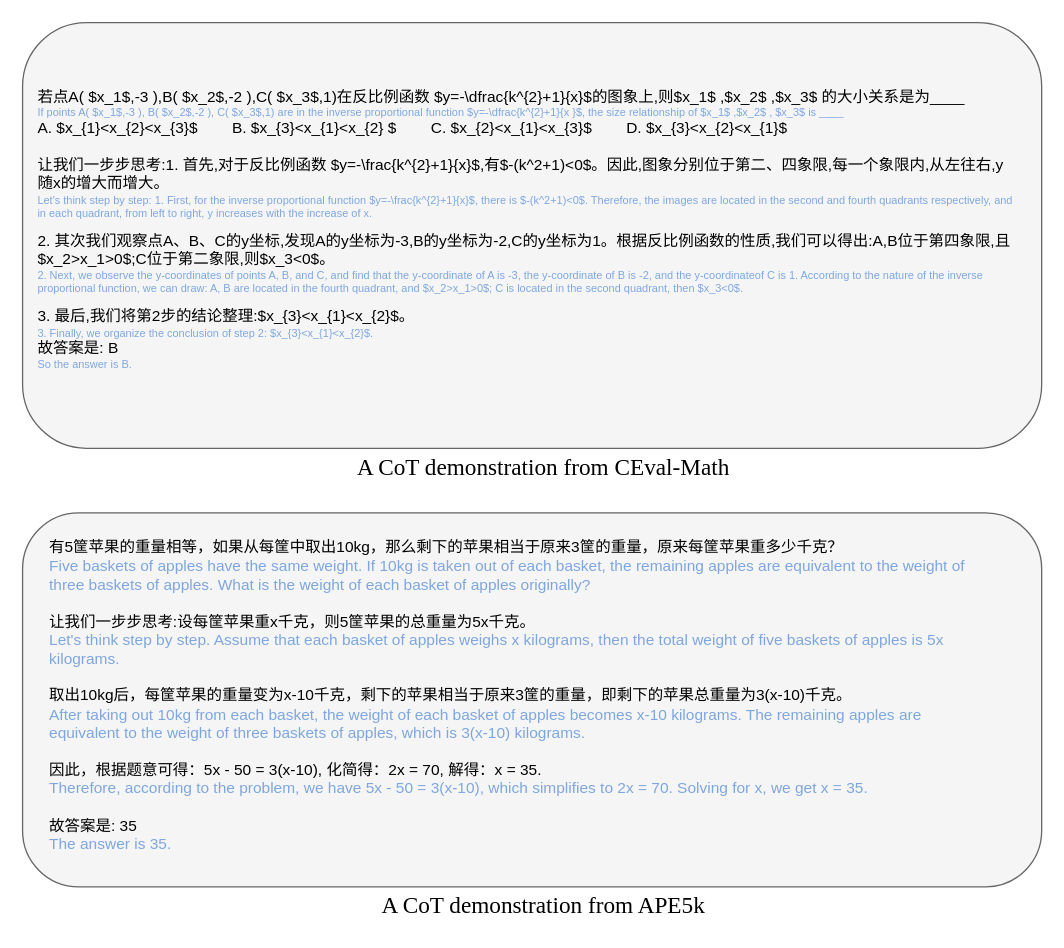
The draw.io diagram cot_demo.drawio in ZhangHammer/ZhangHammer, before the edit. Source tidied: cells renumbered, new cells numbered last; positions are measured from the earlier drawing's top-left corner, leaving out a move shared by most shapes. Both pictures are drawn from the tidied source at 129%, with x=0, y=0 at pixel (22, 22).
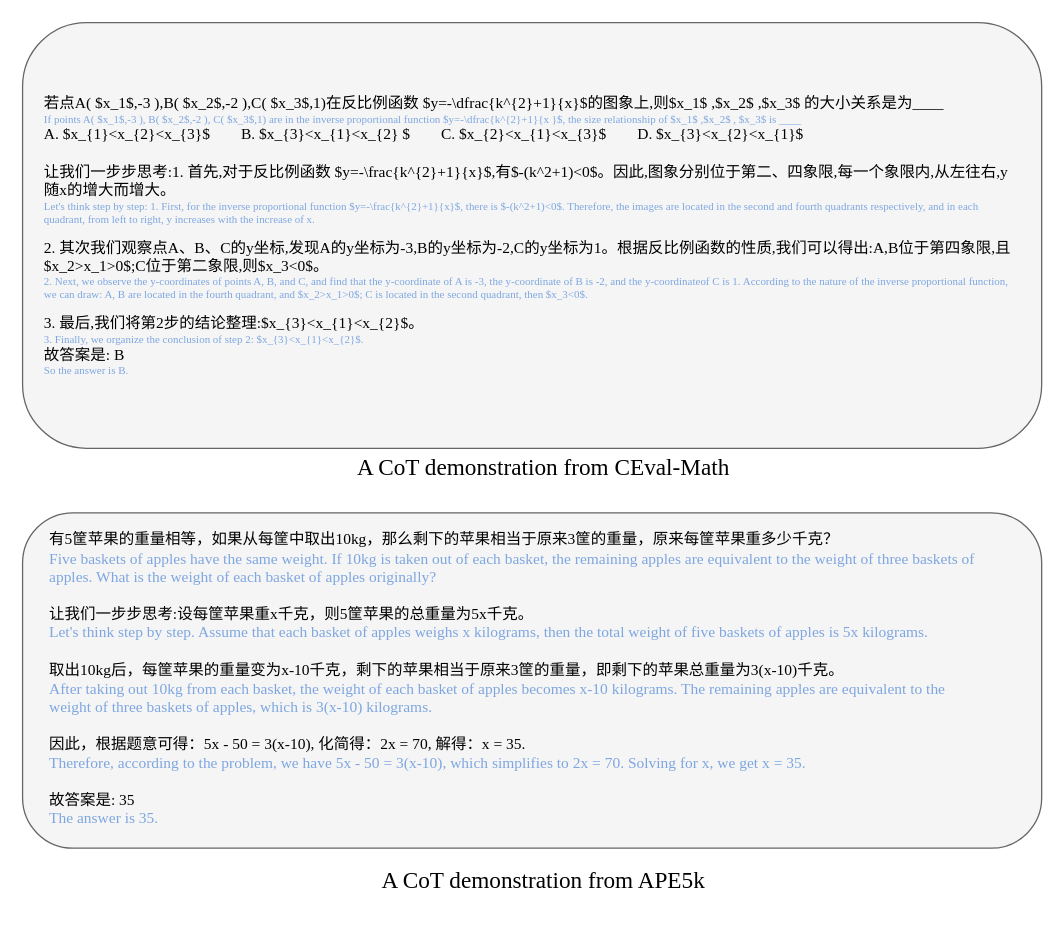
The same page after the edit.

The edit, as a diff of the source:
```diff
@@
 <mxGraphModel>
   <root>
     <mxCell id="0" />
     <mxCell id="1" parent="0" />
     <mxCell id="2" style="rounded=1;whiteSpace=wrap;html=1;fillColor=#f5f5f5;fontColor=#333333;strokeColor=#666666;" parent="1" vertex="1">
       <mxGeometry width="790" height="330" as="geometry" />
     </mxCell>
-    <mxCell id="3" value="若点A( $x_1$,-3 ),B( $x_2$,-2 ),C( $x_3$,1)在反比例函数 $y=-\dfrac{k^{2}+1}{x}$的图象上,则$x_1$ ,$x_2$ ,$x_3$ 的大小关系是为____&lt;p style=&quot;margin: 0px; font-variant-numeric: normal; font-variant-east-asian: normal; font-variant-alternates: normal; font-kerning: auto; font-optical-sizing: auto; font-feature-settings: normal; font-variation-settings: normal; font-stretch: normal; font-size: 8.5px; line-height: normal; color: rgb(126, 167, 225);&quot; class=&quot;p2&quot;&gt;If points A( $x_1$,-3 ), B( $x_2$,-2 ), C( $x_3$,1) are in the inverse proportional function $y=-\dfrac{k^{2}+1}{x }$, the size relationship of $x_1$ ,&lt;span style=&quot;background-color: initial;&quot;&gt;$x_2$ , $x_3$ is ____&lt;/span&gt;&lt;/p&gt;A. $x_{1}&amp;lt;x_{2}&amp;lt;x_{3}$&amp;nbsp; &amp;nbsp; &amp;nbsp; &amp;nbsp; B. $x_{3}&amp;lt;x_{1}&amp;lt;x_{2} $&amp;nbsp; &amp;nbsp; &amp;nbsp; &amp;nbsp; C. $x_{2}&amp;lt;x_{1}&amp;lt;x_{3}$&amp;nbsp; &amp;nbsp; &amp;nbsp; &amp;nbsp; D. $x_{3}&amp;lt;x_{2}&amp;lt;x_{1}$&lt;br&gt;&lt;br&gt;让我们一步步思考:1. 首先,对于反比例函数 $y=-\frac{k^{2}+1}{x}$,有$-(k^2+1)&amp;lt;0$。因此,图象分别位于第二、四象限,每一个象限内,从左往右,y随x的增大而增大。&lt;p style=&quot;margin: 0px; font-variant-numeric: normal; font-variant-east-asian: normal; font-variant-alternates: normal; font-kerning: auto; font-optical-sizing: auto; font-feature-settings: normal; font-variation-settings: normal; font-stretch: normal; font-size: 8.5px; line-height: normal; color: rgb(126, 167, 225);&quot; class=&quot;p2&quot;&gt;Let's think step by step: 1. First, for the inverse proportional function $y=-\frac{k^{2}+1}{x}$, there is $-(k^2+1)&amp;lt;0$. Therefore, the images are located&amp;nbsp;&lt;span style=&quot;background-color: initial;&quot;&gt;in the second and fourth quadrants respectively, and in each quadrant, from left to right, y increases with the increase of x.&lt;/span&gt;&lt;/p&gt;&lt;p style=&quot;margin: 0px; font-variant-numeric: normal; font-variant-east-asian: normal; font-variant-alternates: normal; font-kerning: auto; font-optical-sizing: auto; font-feature-settings: normal; font-variation-settings: normal; font-stretch: normal; font-size: 8.5px; line-height: normal; color: rgb(126, 167, 225);&quot; class=&quot;p2&quot;&gt;&lt;span style=&quot;background-color: initial;&quot;&gt;&lt;br&gt;&lt;/span&gt;&lt;/p&gt;2. 其次我们观察点A、B、C的y坐标,发现A的y坐标为-3,B的y坐标为-2,C的y坐标为1。根据反比例函数的性质,我们可以得出:A,B位于第四象限,且&lt;br&gt;$x_2&amp;gt;x_1&amp;gt;0$;C位于第二象限,则$x_3&amp;lt;0$。&lt;p style=&quot;margin: 0px; font-variant-numeric: normal; font-variant-east-asian: normal; font-variant-alternates: normal; font-kerning: auto; font-optical-sizing: auto; font-feature-settings: normal; font-variation-settings: normal; font-stretch: normal; font-size: 8.5px; line-height: normal; color: rgb(126, 167, 225);&quot; class=&quot;p2&quot;&gt;2. Next, we observe the y-coordinates of points A, B, and C, and find that the y-coordinate of A is -3, the y-coordinate of B is -2, and the y-coordinate&lt;span style=&quot;background-color: initial;&quot;&gt;of C is 1. According to the nature of the inverse proportional function, we can draw: A, B are located in the fourth quadrant, and $x_2&amp;gt;x_1&amp;gt;0$; C is&amp;nbsp;&lt;/span&gt;&lt;span style=&quot;background-color: initial;&quot;&gt;located in the second quadrant, then $x_3&amp;lt;0$.&lt;/span&gt;&lt;/p&gt;&lt;p style=&quot;margin: 0px; font-variant-numeric: normal; font-variant-east-asian: normal; font-variant-alternates: normal; font-kerning: auto; font-optical-sizing: auto; font-feature-settings: normal; font-variation-settings: normal; font-stretch: normal; font-size: 8.5px; line-height: normal; color: rgb(126, 167, 225);&quot; class=&quot;p2&quot;&gt;&lt;span style=&quot;background-color: initial;&quot;&gt;&lt;br&gt;&lt;/span&gt;&lt;/p&gt;3. 最后,我们将第2步的结论整理:$x_{3}&amp;lt;x_{1}&amp;lt;x_{2}$。&lt;p style=&quot;margin: 0px; font-variant-numeric: normal; font-variant-east-asian: normal; font-variant-alternates: normal; font-kerning: auto; font-optical-sizing: auto; font-feature-settings: normal; font-variation-settings: normal; font-stretch: normal; font-size: 8.5px; line-height: normal; color: rgb(126, 167, 225);&quot; class=&quot;p2&quot;&gt;3. Finally, we organize the conclusion of step 2: $x_{3}&amp;lt;x_{1}&amp;lt;x_{2}$.&lt;/p&gt;故答案是: B&lt;p style=&quot;margin: 0px; font-variant-numeric: normal; font-variant-east-asian: normal; font-variant-alternates: normal; font-kerning: auto; font-optical-sizing: auto; font-feature-settings: normal; font-variation-settings: normal; font-stretch: normal; font-size: 8.5px; line-height: normal; color: rgb(126, 167, 225);&quot; class=&quot;p2&quot;&gt;So the answer is B.&lt;/p&gt;" style="text;html=1;strokeColor=none;fillColor=none;align=left;verticalAlign=middle;whiteSpace=wrap;rounded=0;" parent="1" vertex="1">
-      <mxGeometry x="10" y="10" width="760" height="300" as="geometry" />
+    <mxCell id="3" value="&lt;font face=&quot;Times New Roman&quot;&gt;若点A( $x_1$,-3 ),B( $x_2$,-2 ),C( $x_3$,1)在反比例函数 $y=-\dfrac{k^{2}+1}{x}$的图象上,则$x_1$ ,$x_2$ ,$x_3$ 的大小关系是为____&lt;/font&gt;&lt;p style=&quot;margin: 0px; font-variant-numeric: normal; font-variant-east-asian: normal; font-variant-alternates: normal; font-kerning: auto; font-optical-sizing: auto; font-feature-settings: normal; font-variation-settings: normal; font-stretch: normal; font-size: 8.5px; line-height: normal; color: rgb(126, 167, 225);&quot; class=&quot;p2&quot;&gt;&lt;font face=&quot;Times New Roman&quot;&gt;If points A( $x_1$,-3 ), B( $x_2$,-2 ), C( $x_3$,1) are in the inverse proportional function $y=-\dfrac{k^{2}+1}{x }$, the size relationship of $x_1$ ,&lt;span style=&quot;background-color: initial;&quot;&gt;$x_2$ , $x_3$ is ____&lt;/span&gt;&lt;/font&gt;&lt;/p&gt;&lt;font face=&quot;Times New Roman&quot;&gt;A. $x_{1}&amp;lt;x_{2}&amp;lt;x_{3}$&amp;nbsp; &amp;nbsp; &amp;nbsp; &amp;nbsp; B. $x_{3}&amp;lt;x_{1}&amp;lt;x_{2} $&amp;nbsp; &amp;nbsp; &amp;nbsp; &amp;nbsp; C. $x_{2}&amp;lt;x_{1}&amp;lt;x_{3}$&amp;nbsp; &amp;nbsp; &amp;nbsp; &amp;nbsp; D. $x_{3}&amp;lt;x_{2}&amp;lt;x_{1}$&lt;br&gt;&lt;br&gt;让我们一步步思考:1. 首先,对于反比例函数 $y=-\frac{k^{2}+1}{x}$,有$-(k^2+1)&amp;lt;0$。因此,图象分别位于第二、四象限,每一个象限内,从左往右,y随x的增大而增大。&lt;/font&gt;&lt;p style=&quot;margin: 0px; font-variant-numeric: normal; font-variant-east-asian: normal; font-variant-alternates: normal; font-kerning: auto; font-optical-sizing: auto; font-feature-settings: normal; font-variation-settings: normal; font-stretch: normal; font-size: 8.5px; line-height: normal; color: rgb(126, 167, 225);&quot; class=&quot;p2&quot;&gt;&lt;font face=&quot;Times New Roman&quot;&gt;Let's think step by step: 1. First, for the inverse proportional function $y=-\frac{k^{2}+1}{x}$, there is $-(k^2+1)&amp;lt;0$. Therefore, the images are located&amp;nbsp;&lt;span style=&quot;background-color: initial;&quot;&gt;in the second and fourth quadrants respectively, and in each quadrant, from left to right, y increases with the increase of x.&lt;/span&gt;&lt;/font&gt;&lt;/p&gt;&lt;p style=&quot;margin: 0px; font-variant-numeric: normal; font-variant-east-asian: normal; font-variant-alternates: normal; font-kerning: auto; font-optical-sizing: auto; font-feature-settings: normal; font-variation-settings: normal; font-stretch: normal; font-size: 8.5px; line-height: normal; color: rgb(126, 167, 225);&quot; class=&quot;p2&quot;&gt;&lt;span style=&quot;background-color: initial;&quot;&gt;&lt;font face=&quot;Times New Roman&quot;&gt;&lt;br&gt;&lt;/font&gt;&lt;/span&gt;&lt;/p&gt;&lt;font face=&quot;Times New Roman&quot;&gt;2. 其次我们观察点A、B、C的y坐标,发现A的y坐标为-3,B的y坐标为-2,C的y坐标为1。根据反比例函数的性质,我们可以得出:A,B位于第四象限,且&lt;br&gt;$x_2&amp;gt;x_1&amp;gt;0$;C位于第二象限,则$x_3&amp;lt;0$。&lt;/font&gt;&lt;p style=&quot;margin: 0px; font-variant-numeric: normal; font-variant-east-asian: normal; font-variant-alternates: normal; font-kerning: auto; font-optical-sizing: auto; font-feature-settings: normal; font-variation-settings: normal; font-stretch: normal; font-size: 8.5px; line-height: normal; color: rgb(126, 167, 225);&quot; class=&quot;p2&quot;&gt;&lt;font face=&quot;Times New Roman&quot;&gt;2. Next, we observe the y-coordinates of points A, B, and C, and find that the y-coordinate of A is -3, the y-coordinate of B is -2, and the y-coordinate&lt;span style=&quot;background-color: initial;&quot;&gt;of C is 1. According to the nature of the inverse proportional function, we can draw: A, B are located in the fourth quadrant, and $x_2&amp;gt;x_1&amp;gt;0$; C is&amp;nbsp;&lt;/span&gt;&lt;span style=&quot;background-color: initial;&quot;&gt;located in the second quadrant, then $x_3&amp;lt;0$.&lt;/span&gt;&lt;/font&gt;&lt;/p&gt;&lt;p style=&quot;margin: 0px; font-variant-numeric: normal; font-variant-east-asian: normal; font-variant-alternates: normal; font-kerning: auto; font-optical-sizing: auto; font-feature-settings: normal; font-variation-settings: normal; font-stretch: normal; font-size: 8.5px; line-height: normal; color: rgb(126, 167, 225);&quot; class=&quot;p2&quot;&gt;&lt;span style=&quot;background-color: initial;&quot;&gt;&lt;font face=&quot;Times New Roman&quot;&gt;&lt;br&gt;&lt;/font&gt;&lt;/span&gt;&lt;/p&gt;&lt;font face=&quot;Times New Roman&quot;&gt;3. 最后,我们将第2步的结论整理:$x_{3}&amp;lt;x_{1}&amp;lt;x_{2}$。&lt;/font&gt;&lt;p style=&quot;margin: 0px; font-variant-numeric: normal; font-variant-east-asian: normal; font-variant-alternates: normal; font-kerning: auto; font-optical-sizing: auto; font-feature-settings: normal; font-variation-settings: normal; font-stretch: normal; font-size: 8.5px; line-height: normal; color: rgb(126, 167, 225);&quot; class=&quot;p2&quot;&gt;&lt;font face=&quot;Times New Roman&quot;&gt;3. Finally, we organize the conclusion of step 2: $x_{3}&amp;lt;x_{1}&amp;lt;x_{2}$.&lt;/font&gt;&lt;/p&gt;&lt;font face=&quot;Times New Roman&quot;&gt;故答案是: B&lt;/font&gt;&lt;p style=&quot;margin: 0px; font-variant-numeric: normal; font-variant-east-asian: normal; font-variant-alternates: normal; font-kerning: auto; font-optical-sizing: auto; font-feature-settings: normal; font-variation-settings: normal; font-stretch: normal; font-size: 8.5px; line-height: normal; color: rgb(126, 167, 225);&quot; class=&quot;p2&quot;&gt;&lt;font face=&quot;Times New Roman&quot;&gt;So the answer is B.&lt;/font&gt;&lt;/p&gt;" style="text;html=1;strokeColor=none;fillColor=none;align=left;verticalAlign=middle;whiteSpace=wrap;rounded=0;" parent="1" vertex="1">
+      <mxGeometry x="15" y="15" width="760" height="300" as="geometry" />
     </mxCell>
     <mxCell id="4" value="&lt;font face=&quot;Times New Roman&quot; style=&quot;font-size: 18px;&quot;&gt;A CoT demonstration from CEval-Math&lt;/font&gt;" style="text;html=1;strokeColor=none;fillColor=none;align=center;verticalAlign=middle;whiteSpace=wrap;rounded=0;" parent="1" vertex="1">
       <mxGeometry x="249" y="330" width="310" height="30" as="geometry" />
     </mxCell>
     <mxCell id="5" style="rounded=1;whiteSpace=wrap;html=1;fillColor=#f5f5f5;fontColor=#333333;strokeColor=#666666;" parent="1" vertex="1">
-      <mxGeometry y="380" width="790" height="290" as="geometry" />
+      <mxGeometry y="380" width="790" height="260" as="geometry" />
     </mxCell>
-    <mxCell id="6" value="&lt;div style=&quot;text-align: left;&quot;&gt;&lt;span style=&quot;background-color: initial;&quot;&gt;有5筐苹果的重量相等，如果从每筐中取出10kg，那么剩下的苹果相当于原来3筐的重量，原来每筐苹果重多少千克？&lt;/span&gt;&lt;/div&gt;&lt;div style=&quot;text-align: left;&quot;&gt;&lt;span style=&quot;background-color: initial;&quot;&gt;&lt;font color=&quot;#7ea6e0&quot;&gt;Five baskets of apples have the same weight. If 10kg is taken out of each basket, the remaining apples are equivalent to the weight of three baskets of apples. What is the weight of each basket of apples originally?&lt;/font&gt;&lt;/span&gt;&lt;/div&gt;&lt;div style=&quot;text-align: left;&quot;&gt;&lt;span style=&quot;background-color: initial;&quot;&gt;&lt;br&gt;&lt;/span&gt;&lt;/div&gt;&lt;div style=&quot;text-align: left;&quot;&gt;&lt;span style=&quot;background-color: initial;&quot;&gt;让我们一步步思考:&lt;/span&gt;&lt;span style=&quot;background-color: initial;&quot;&gt;设每筐苹果重x千克，则5筐苹果的总重量为5x千克。&lt;/span&gt;&lt;/div&gt;&lt;div style=&quot;text-align: left;&quot;&gt;&lt;span style=&quot;background-color: initial;&quot;&gt;&lt;font color=&quot;#7ea6e0&quot;&gt;Let's think step by step. Assume that each basket of apples weighs x kilograms, then the total weight of five baskets of apples is 5x kilograms.&lt;/font&gt;&lt;/span&gt;&lt;/div&gt;&lt;div style=&quot;text-align: left;&quot;&gt;&lt;span style=&quot;background-color: initial;&quot;&gt;&lt;br&gt;&lt;/span&gt;&lt;/div&gt;&lt;div style=&quot;text-align: left;&quot;&gt;&lt;span style=&quot;background-color: initial;&quot;&gt;取出10kg后，每筐苹果的重量变为x-10千克，剩下的苹果相当于原来3筐的重量，即剩下的苹果总重量为3(x-10)千克。&lt;/span&gt;&lt;/div&gt;&lt;div style=&quot;text-align: left;&quot;&gt;&lt;span style=&quot;background-color: initial;&quot;&gt;&lt;font color=&quot;#7ea6e0&quot;&gt;After taking out 10kg from each basket, the weight of each basket of apples becomes x-10 kilograms. The remaining apples are equivalent to the weight of three baskets of apples, which is 3(x-10) kilograms.&lt;/font&gt;&lt;/span&gt;&lt;/div&gt;&lt;div style=&quot;text-align: left;&quot;&gt;&lt;span style=&quot;background-color: initial;&quot;&gt;&lt;br&gt;&lt;/span&gt;&lt;/div&gt;&lt;div style=&quot;text-align: left;&quot;&gt;&lt;span style=&quot;background-color: initial;&quot;&gt;因此，根据题意可得：5x - 50 = 3(x-10),&amp;nbsp;化简得：2x = 70,&amp;nbsp;&lt;/span&gt;&lt;span style=&quot;background-color: initial;&quot;&gt;解得：x = 35.&lt;/span&gt;&lt;/div&gt;&lt;div style=&quot;text-align: left;&quot;&gt;&lt;span style=&quot;background-color: initial;&quot;&gt;&lt;font color=&quot;#7ea6e0&quot;&gt;Therefore, according to the problem, we have 5x - 50 = 3(x-10), which simplifies to 2x = 70. Solving for x, we get x = 35.&lt;/font&gt;&lt;/span&gt;&lt;/div&gt;&lt;div style=&quot;text-align: left;&quot;&gt;&lt;span style=&quot;background-color: initial;&quot;&gt;&lt;br&gt;&lt;/span&gt;&lt;/div&gt;&lt;div style=&quot;text-align: left;&quot;&gt;&lt;span style=&quot;background-color: initial;&quot;&gt;故答案是:&amp;nbsp;&lt;/span&gt;&lt;span style=&quot;background-color: initial;&quot;&gt;35&lt;/span&gt;&lt;/div&gt;&lt;div style=&quot;text-align: left;&quot;&gt;&lt;span style=&quot;background-color: initial;&quot;&gt;&lt;font color=&quot;#7ea6e0&quot;&gt;The answer is 35.&lt;/font&gt;&lt;/span&gt;&lt;/div&gt;" style="text;html=1;strokeColor=none;fillColor=none;align=center;verticalAlign=middle;whiteSpace=wrap;rounded=0;" parent="1" vertex="1">
-      <mxGeometry x="20" y="393" width="730" height="257" as="geometry" />
+    <mxCell id="6" value="&lt;div style=&quot;text-align: left;&quot;&gt;&lt;span style=&quot;background-color: initial;&quot;&gt;&lt;font face=&quot;Times New Roman&quot;&gt;有5筐苹果的重量相等，如果从每筐中取出10kg，那么剩下的苹果相当于原来3筐的重量，原来每筐苹果重多少千克？&lt;/font&gt;&lt;/span&gt;&lt;/div&gt;&lt;div style=&quot;text-align: left;&quot;&gt;&lt;span style=&quot;background-color: initial;&quot;&gt;&lt;font face=&quot;Times New Roman&quot; color=&quot;#7ea6e0&quot;&gt;Five baskets of apples have the same weight. If 10kg is taken out of each basket, the remaining apples are equivalent to the weight of three baskets of apples. What is the weight of each basket of apples originally?&lt;/font&gt;&lt;/span&gt;&lt;/div&gt;&lt;div style=&quot;text-align: left;&quot;&gt;&lt;span style=&quot;background-color: initial;&quot;&gt;&lt;font face=&quot;Times New Roman&quot;&gt;&lt;br&gt;&lt;/font&gt;&lt;/span&gt;&lt;/div&gt;&lt;div style=&quot;text-align: left;&quot;&gt;&lt;font face=&quot;Times New Roman&quot;&gt;&lt;span style=&quot;background-color: initial;&quot;&gt;让我们一步步思考:&lt;/span&gt;&lt;span style=&quot;background-color: initial;&quot;&gt;设每筐苹果重x千克，则5筐苹果的总重量为5x千克。&lt;/span&gt;&lt;/font&gt;&lt;/div&gt;&lt;div style=&quot;text-align: left;&quot;&gt;&lt;span style=&quot;background-color: initial;&quot;&gt;&lt;font face=&quot;Times New Roman&quot; color=&quot;#7ea6e0&quot;&gt;Let's think step by step. Assume that each basket of apples weighs x kilograms, then the total weight of five baskets of apples is 5x kilograms.&lt;/font&gt;&lt;/span&gt;&lt;/div&gt;&lt;div style=&quot;text-align: left;&quot;&gt;&lt;span style=&quot;background-color: initial;&quot;&gt;&lt;font face=&quot;Times New Roman&quot;&gt;&lt;br&gt;&lt;/font&gt;&lt;/span&gt;&lt;/div&gt;&lt;div style=&quot;text-align: left;&quot;&gt;&lt;span style=&quot;background-color: initial;&quot;&gt;&lt;font face=&quot;Times New Roman&quot;&gt;取出10kg后，每筐苹果的重量变为x-10千克，剩下的苹果相当于原来3筐的重量，即剩下的苹果总重量为3(x-10)千克。&lt;/font&gt;&lt;/span&gt;&lt;/div&gt;&lt;div style=&quot;text-align: left;&quot;&gt;&lt;span style=&quot;background-color: initial;&quot;&gt;&lt;font face=&quot;Times New Roman&quot; color=&quot;#7ea6e0&quot;&gt;After taking out 10kg from each basket, the weight of each basket of apples becomes x-10 kilograms. The remaining apples are equivalent to the weight of three baskets of apples, which is 3(x-10) kilograms.&lt;/font&gt;&lt;/span&gt;&lt;/div&gt;&lt;div style=&quot;text-align: left;&quot;&gt;&lt;span style=&quot;background-color: initial;&quot;&gt;&lt;font face=&quot;Times New Roman&quot;&gt;&lt;br&gt;&lt;/font&gt;&lt;/span&gt;&lt;/div&gt;&lt;div style=&quot;text-align: left;&quot;&gt;&lt;font face=&quot;Times New Roman&quot;&gt;&lt;span style=&quot;background-color: initial;&quot;&gt;因此，根据题意可得：5x - 50 = 3(x-10),&amp;nbsp;化简得：2x = 70,&amp;nbsp;&lt;/span&gt;&lt;span style=&quot;background-color: initial;&quot;&gt;解得：x = 35.&lt;/span&gt;&lt;/font&gt;&lt;/div&gt;&lt;div style=&quot;text-align: left;&quot;&gt;&lt;span style=&quot;background-color: initial;&quot;&gt;&lt;font face=&quot;Times New Roman&quot; color=&quot;#7ea6e0&quot;&gt;Therefore, according to the problem, we have 5x - 50 = 3(x-10), which simplifies to 2x = 70. Solving for x, we get x = 35.&lt;/font&gt;&lt;/span&gt;&lt;/div&gt;&lt;div style=&quot;text-align: left;&quot;&gt;&lt;span style=&quot;background-color: initial;&quot;&gt;&lt;font face=&quot;Times New Roman&quot;&gt;&lt;br&gt;&lt;/font&gt;&lt;/span&gt;&lt;/div&gt;&lt;div style=&quot;text-align: left;&quot;&gt;&lt;font face=&quot;Times New Roman&quot;&gt;&lt;span style=&quot;background-color: initial;&quot;&gt;故答案是:&amp;nbsp;&lt;/span&gt;&lt;span style=&quot;background-color: initial;&quot;&gt;35&lt;/span&gt;&lt;/font&gt;&lt;/div&gt;&lt;div style=&quot;text-align: left;&quot;&gt;&lt;span style=&quot;background-color: initial;&quot;&gt;&lt;font face=&quot;Times New Roman&quot; color=&quot;#7ea6e0&quot;&gt;The answer is 35.&lt;/font&gt;&lt;/span&gt;&lt;/div&gt;" style="text;html=1;strokeColor=none;fillColor=none;align=center;verticalAlign=middle;whiteSpace=wrap;rounded=0;" parent="1" vertex="1">
+      <mxGeometry x="20" y="380" width="730" height="257" as="geometry" />
     </mxCell>
     <mxCell id="7" value="&lt;font face=&quot;Times New Roman&quot; style=&quot;font-size: 18px;&quot;&gt;A CoT demonstration from APE5k&lt;/font&gt;" style="text;html=1;strokeColor=none;fillColor=none;align=center;verticalAlign=middle;whiteSpace=wrap;rounded=0;" parent="1" vertex="1">
-      <mxGeometry x="249" y="670" width="310" height="30" as="geometry" />
+      <mxGeometry x="249" y="650" width="310" height="30" as="geometry" />
     </mxCell>
   </root>
 </mxGraphModel>
```
